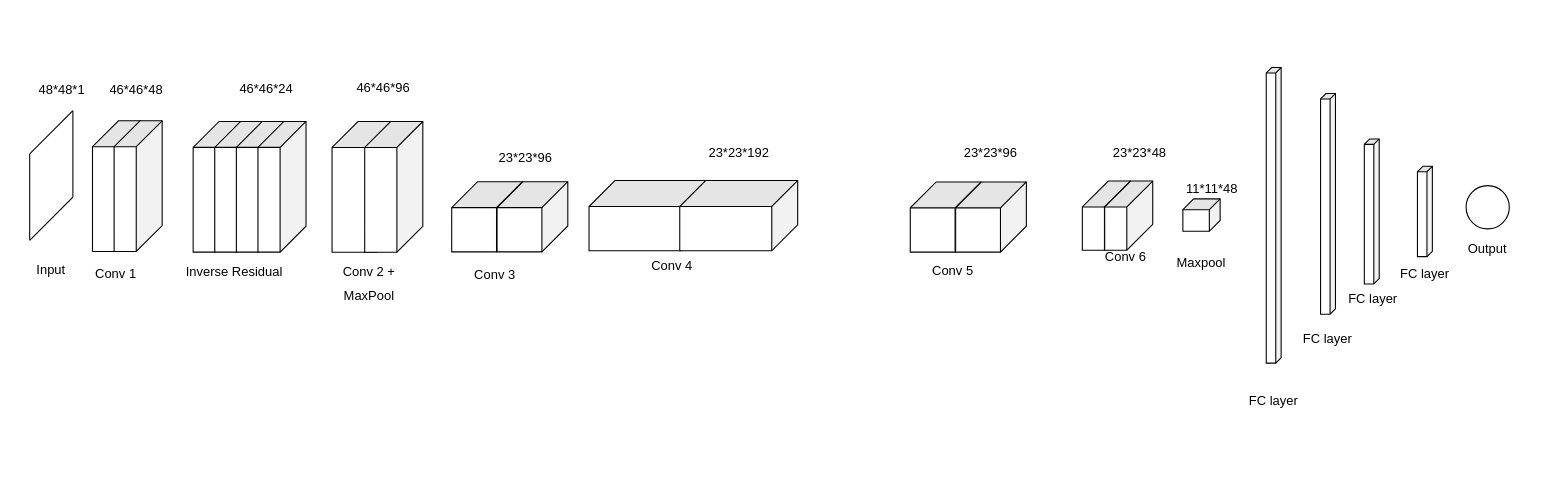
Earlier version of the draw.io diagram facts tha3o.drawio (BienGudBoy/draws). Source tidied: cells renumbered, new cells numbered last; positions are measured from the earlier drawing's top-left corner, leaving out a move shared by most shapes. Both pictures are drawn from the tidied source at 108%, with x=0, y=0 at pixel (18, 18).
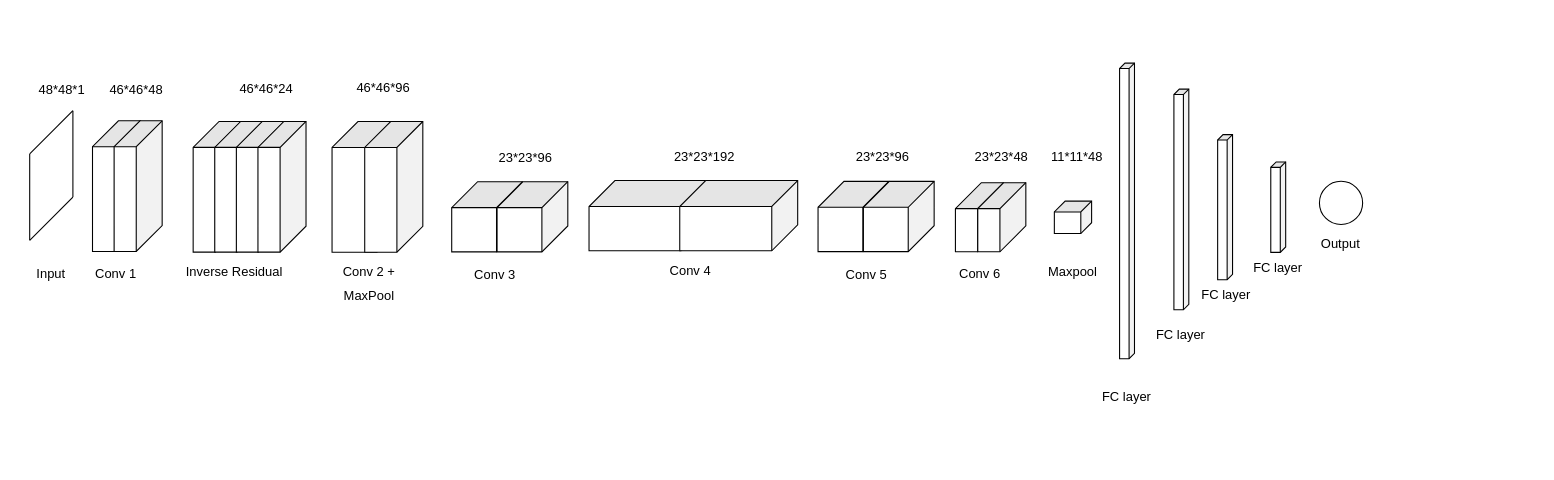
Above is the later version.

Commit message:
Cập nhật facts tha3o.drawio

What changed in the source:
```diff
@@
     <mxCell id="13" value="&lt;p class=&quot;cvGsUA direction-ltr align-center para-style-body&quot; style=&quot;color: rgb(0, 0, 0); font-family: &amp;quot;YAFdJllHsUM 0&amp;quot;, _fb_, auto; --fontSize: 16px; --lineHeight: 1.4; text-transform: none; line-height: 22px;&quot;&gt;&lt;span style=&quot;background-color: initial;&quot;&gt;23*23*192&lt;/span&gt;&lt;br&gt;&lt;/p&gt;" style="text;whiteSpace=wrap;html=1;align=center;" parent="1" vertex="1">
-      <mxGeometry x="622" y="94.4" width="90" height="57" as="geometry" />
+      <mxGeometry x="590" y="98" width="90" height="57" as="geometry" />
     </mxCell>
     <mxCell id="14" value="&lt;p class=&quot;cvGsUA direction-ltr align-center para-style-body&quot; style=&quot;color: rgb(0, 0, 0); font-family: &amp;quot;YAFdJllHsUM 0&amp;quot;, _fb_, auto; --fontSize: 16px; --lineHeight: 1.4; text-transform: none; line-height: 22px;&quot;&gt;&lt;span style=&quot;background-color: initial;&quot;&gt;23*23*96&lt;/span&gt;&lt;br&gt;&lt;/p&gt;" style="text;whiteSpace=wrap;html=1;align=center;" parent="1" vertex="1">
-      <mxGeometry x="860" y="94.4" width="80" height="60" as="geometry" />
+      <mxGeometry x="760" y="98" width="80" height="58" as="geometry" />
     </mxCell>
     <mxCell id="15" value="&lt;p class=&quot;cvGsUA direction-ltr align-center para-style-body&quot; style=&quot;color: rgb(0, 0, 0); font-family: &amp;quot;YAFdJllHsUM 0&amp;quot;, _fb_, auto; --fontSize: 16px; --lineHeight: 1.4; text-transform: none; line-height: 22px;&quot;&gt;&lt;span style=&quot;background-color: initial;&quot;&gt;23*23*48&lt;/span&gt;&lt;br&gt;&lt;/p&gt;" style="text;whiteSpace=wrap;html=1;align=center;" parent="1" vertex="1">
-      <mxGeometry x="997.5" y="94.4" width="80" height="40" as="geometry" />
+      <mxGeometry x="870" y="98" width="80" height="40" as="geometry" />
     </mxCell>
     <mxCell id="16" value="&lt;p class=&quot;cvGsUA direction-ltr align-center para-style-body&quot; style=&quot;color: rgb(0, 0, 0); font-family: &amp;quot;YAFdJllHsUM 0&amp;quot;, _fb_, auto; --fontSize: 16px; --lineHeight: 1.4; text-transform: none; line-height: 22px;&quot;&gt;&lt;span style=&quot;background-color: initial;&quot;&gt;11*11*48&lt;/span&gt;&lt;br&gt;&lt;/p&gt;" style="text;whiteSpace=wrap;html=1;align=center;" parent="1" vertex="1">
-      <mxGeometry x="1064.6" y="127.6" width="80" height="20.6" as="geometry" />
+      <mxGeometry x="940.4" y="98" width="80" height="34.4" as="geometry" />
     </mxCell>
@@
     <mxCell id="19" value="&lt;p style=&quot;font-family: &amp;quot;YAFdJllHsUM 0&amp;quot;, _fb_, auto; --fontSize: 16px; --lineHeight: 1.4; line-height: 22px;&quot; class=&quot;cvGsUA direction-ltr align-center para-style-body&quot;&gt;&lt;br&gt;&lt;/p&gt;&lt;p style=&quot;font-family: &amp;quot;YAFdJllHsUM 0&amp;quot;, _fb_, auto; --fontSize: 16px; --lineHeight: 1.4; line-height: 22px;&quot; class=&quot;cvGsUA direction-ltr align-center para-style-body&quot;&gt;Input&lt;/p&gt;&lt;p style=&quot;font-family: &amp;quot;YAFdJllHsUM 0&amp;quot;, _fb_, auto; --fontSize: 16px; --lineHeight: 1.4; line-height: 22px;&quot; class=&quot;cvGsUA direction-ltr align-center para-style-body&quot;&gt;&lt;br&gt;&lt;/p&gt;" style="text;html=1;align=center;verticalAlign=middle;whiteSpace=wrap;rounded=0;" parent="1" vertex="1">
-      <mxGeometry y="220.2" width="60" height="24.1" as="geometry" />
+      <mxGeometry y="223.2" width="60" height="24.1" as="geometry" />
     </mxCell>
@@
     <mxCell id="21" value="&lt;br&gt;&lt;p style=&quot;text-align: center; color: rgb(0, 0, 0); font-family: &amp;quot;YAFdJllHsUM 0&amp;quot;, _fb_, auto; --fontSize: 16px; --lineHeight: 1.4; text-transform: none; line-height: 22px; --darkreader-inline-color: #e8e6e3;&quot; class=&quot;cvGsUA direction-ltr align-center para-style-body&quot;&gt;Conv 4&lt;br&gt;&lt;/p&gt;" style="text;whiteSpace=wrap;html=1;align=center;" parent="1" vertex="1">
-      <mxGeometry x="560" y="185.2" width="90" height="100" as="geometry" />
+      <mxGeometry x="577" y="190.4" width="90" height="100" as="geometry" />
     </mxCell>
     <mxCell id="22" value="Conv 6" style="text;whiteSpace=wrap;html=1;align=center;" parent="1" vertex="1">
-      <mxGeometry x="984.6" y="206.5" width="80" height="146.5" as="geometry" />
+      <mxGeometry x="850.4" y="222.2" width="80" height="20" as="geometry" />
     </mxCell>
@@
     <mxCell id="32" style="group;" parent="1" vertex="1">
-      <mxGeometry x="825.4" y="150.9" width="149.2" height="65" as="geometry" />
+      <mxGeometry x="740" y="150.4" width="149.2" height="65" as="geometry" />
     </mxCell>
@@
     <mxCell id="35" style="group;" parent="1" vertex="1">
-      <mxGeometry x="984.6" y="150.2" width="85.8" height="64" as="geometry" />
+      <mxGeometry x="867.1" y="151.7" width="85.8" height="64" as="geometry" />
     </mxCell>
@@
     <mxCell id="44" style="shape=cube;whiteSpace=wrap;html=1;boundedLbl=1;backgroundOutline=1;darkOpacity=0.05;darkOpacity2=0.1;size=10;rotation=90;" parent="1" vertex="1">
-      <mxGeometry x="1080" y="164.4" width="30" height="34.5" as="geometry" />
+      <mxGeometry x="961" y="166.5" width="30" height="34.5" as="geometry" />
     </mxCell>
@@
     <mxCell id="49" value="Conv 5" style="text;whiteSpace=wrap;html=1;align=center;" parent="1" vertex="1">
-      <mxGeometry x="820" y="220.2" width="90" height="100" as="geometry" />
+      <mxGeometry x="740" y="223" width="90" height="24.2" as="geometry" />
     </mxCell>
-    <mxCell id="50" value="&lt;br&gt;&lt;p style=&quot;text-align: center; color: rgb(0, 0, 0); font-family: &amp;quot;YAFdJllHsUM 0&amp;quot;, _fb_, auto; --fontSize: 16px; --lineHeight: 1.4; text-transform: none; line-height: 22px; --darkreader-inline-color: #e8e6e3;&quot; class=&quot;cvGsUA direction-ltr align-center para-style-body&quot;&gt;Maxpool&lt;br&gt;&lt;/p&gt;" style="text;whiteSpace=wrap;html=1;align=center;" parent="1" vertex="1">
-      <mxGeometry x="1050" y="182.2" width="90" height="100" as="geometry" />
+    <mxCell id="50" value="&lt;p style=&quot;text-align: center; color: rgb(0, 0, 0); font-family: &amp;quot;YAFdJllHsUM 0&amp;quot;, _fb_, auto; --fontSize: 16px; --lineHeight: 1.4; text-transform: none; line-height: 22px; --darkreader-inline-color: #e8e6e3;&quot; class=&quot;cvGsUA direction-ltr align-center para-style-body&quot;&gt;Maxpool&lt;br&gt;&lt;/p&gt;" style="text;whiteSpace=wrap;html=1;align=center;" parent="1" vertex="1">
+      <mxGeometry x="931" y="205" width="90" height="40" as="geometry" />
     </mxCell>
     <mxCell id="51" style="shape=cube;whiteSpace=wrap;html=1;boundedLbl=1;backgroundOutline=1;darkOpacity=0.05;darkOpacity2=0.1;size=5;rotation=90;" parent="1" vertex="1">
-      <mxGeometry x="1110" y="164.4" width="204.3" height="13.8" as="geometry" />
+      <mxGeometry x="974.2" y="160.3" width="204.3" height="13.8" as="geometry" />
     </mxCell>
     <mxCell id="52" style="shape=cube;whiteSpace=wrap;html=1;boundedLbl=1;backgroundOutline=1;darkOpacity=0.05;darkOpacity2=0.1;size=5;rotation=90;" parent="1" vertex="1">
-      <mxGeometry x="1260" y="171.4" width="83.7" height="13.8" as="geometry" />
+      <mxGeometry x="1124.2" y="167.4" width="83.7" height="13.8" as="geometry" />
     </mxCell>
     <mxCell id="53" style="shape=cube;whiteSpace=wrap;html=1;boundedLbl=1;backgroundOutline=1;darkOpacity=0.05;darkOpacity2=0.1;size=5;rotation=90;" parent="1" vertex="1">
-      <mxGeometry x="1025" y="175" width="273.7" height="13.8" as="geometry" />
+      <mxGeometry x="889.2" y="170.9" width="273.7" height="13.8" as="geometry" />
     </mxCell>
     <mxCell id="54" style="shape=cube;whiteSpace=wrap;html=1;boundedLbl=1;backgroundOutline=1;darkOpacity=0.05;darkOpacity2=0.1;size=5;rotation=90;" parent="1" vertex="1">
-      <mxGeometry x="1185.5" y="171.4" width="134.3" height="13.8" as="geometry" />
+      <mxGeometry x="1049.7" y="167.4" width="134.3" height="13.8" as="geometry" />
     </mxCell>
     <mxCell id="55" style="ellipse;whiteSpace=wrap;html=1;" parent="1" vertex="1">
-      <mxGeometry x="1340" y="154.4" width="40" height="40" as="geometry" />
+      <mxGeometry x="1204.2" y="150.4" width="40" height="40" as="geometry" />
     </mxCell>
     <mxCell id="56" value="&lt;br&gt;&lt;p style=&quot;text-align: center; color: rgb(0, 0, 0); font-family: &amp;quot;YAFdJllHsUM 0&amp;quot;, _fb_, auto; --fontSize: 16px; --lineHeight: 1.4; text-transform: none; line-height: 22px; --darkreader-inline-color: #e8e6e3;&quot; class=&quot;cvGsUA direction-ltr align-center para-style-body&quot;&gt;FC layer&lt;br&gt;&lt;/p&gt;" style="text;whiteSpace=wrap;html=1;align=center;" parent="1" vertex="1">
-      <mxGeometry x="1116.8" y="310" width="90" height="100" as="geometry" />
+      <mxGeometry x="981.1" y="305.9" width="90" height="100" as="geometry" />
     </mxCell>
     <mxCell id="57" value="&lt;br&gt;&lt;p style=&quot;text-align: center; color: rgb(0, 0, 0); font-family: &amp;quot;YAFdJllHsUM 0&amp;quot;, _fb_, auto; --fontSize: 16px; --lineHeight: 1.4; text-transform: none; line-height: 22px; --darkreader-inline-color: #e8e6e3;&quot; class=&quot;cvGsUA direction-ltr align-center para-style-body&quot;&gt;FC layer&lt;br&gt;&lt;/p&gt;" style="text;whiteSpace=wrap;html=1;align=center;" parent="1" vertex="1">
-      <mxGeometry x="1167.1" y="253" width="90" height="100" as="geometry" />
+      <mxGeometry x="1031.4" y="248.9" width="90" height="100" as="geometry" />
     </mxCell>
     <mxCell id="58" value="&lt;br&gt;&lt;p style=&quot;text-align: center; color: rgb(0, 0, 0); font-family: &amp;quot;YAFdJllHsUM 0&amp;quot;, _fb_, auto; --fontSize: 16px; --lineHeight: 1.4; text-transform: none; line-height: 22px; --darkreader-inline-color: #e8e6e3;&quot; class=&quot;cvGsUA direction-ltr align-center para-style-body&quot;&gt;FC layer&lt;br&gt;&lt;/p&gt;" style="text;whiteSpace=wrap;html=1;align=center;" parent="1" vertex="1">
-      <mxGeometry x="1208.7" y="216" width="90" height="100" as="geometry" />
+      <mxGeometry x="1072.9" y="211.9" width="90" height="100" as="geometry" />
     </mxCell>
     <mxCell id="59" value="&lt;br&gt;&lt;p style=&quot;text-align: center; color: rgb(0, 0, 0); font-family: &amp;quot;YAFdJllHsUM 0&amp;quot;, _fb_, auto; --fontSize: 16px; --lineHeight: 1.4; text-transform: none; line-height: 22px; --darkreader-inline-color: #e8e6e3;&quot; class=&quot;cvGsUA direction-ltr align-center para-style-body&quot;&gt;FC layer&lt;br&gt;&lt;/p&gt;" style="text;whiteSpace=wrap;html=1;align=center;" parent="1" vertex="1">
-      <mxGeometry x="1256.8" y="191.5" width="90" height="100" as="geometry" />
+      <mxGeometry x="1121.1" y="187.4" width="90" height="100" as="geometry" />
     </mxCell>
     <mxCell id="60" value="Output" style="text;whiteSpace=wrap;html=1;align=center;" parent="1" vertex="1">
-      <mxGeometry x="1315" y="198.9" width="90" height="100" as="geometry" />
+      <mxGeometry x="1179.2" y="194.8" width="90" height="100" as="geometry" />
     </mxCell>
```
